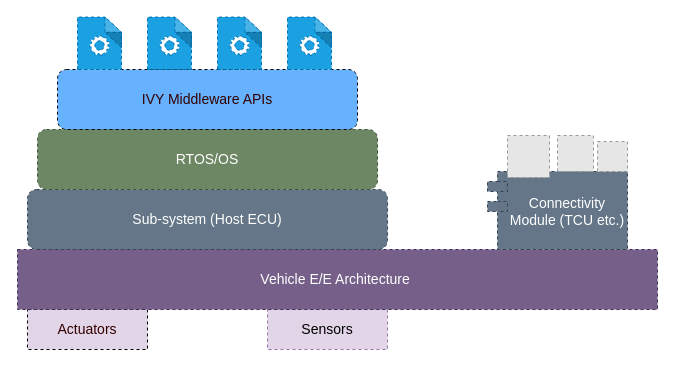
The draw.io diagram page "Page-2" (2 of 2) of src/main/resources/CarIQ_IVY_Uase_Cases.drawio in subhachat/CodeKata, before the edit. Source tidied: cells renumbered, new cells numbered last; positions are measured from the earlier drawing's top-left corner, leaving out a move shared by most shapes. Both pictures are drawn from the tidied source at 100%, with x=0, y=0 at pixel (17, 17). Pictures stored in the file or linked from it are replaced by grey dashed boxes.
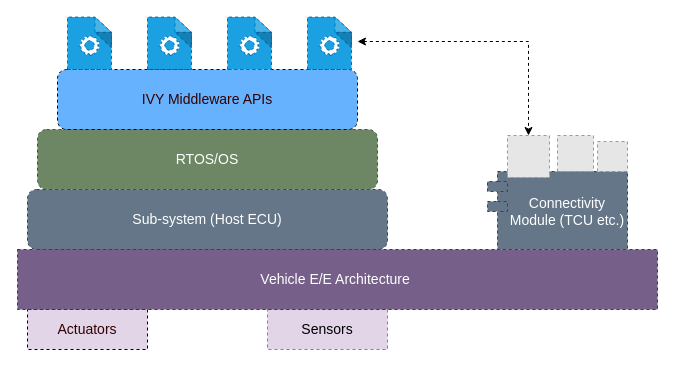
The same page after the edit.

The edit, as a diff of the source:
```diff
@@
 <mxGraphModel>
   <root>
     <mxCell id="0" />
     <mxCell id="1" parent="0" />
     <mxCell id="2" value="Actuators" style="rounded=0;whiteSpace=wrap;html=1;dashed=1;fontSize=14;fontColor=#330000;fillColor=#E1D5E7;" parent="1" vertex="1">
       <mxGeometry x="10" y="292" width="120" height="40" as="geometry" />
     </mxCell>
     <mxCell id="3" value="Sensors" style="rounded=0;whiteSpace=wrap;html=1;dashed=1;fontSize=14;fillColor=#e1d5e7;strokeColor=#9673a6;" parent="1" vertex="1">
       <mxGeometry x="250" y="292" width="120" height="40" as="geometry" />
     </mxCell>
     <mxCell id="4" value="Vehicle E/E Architecture&amp;nbsp;" style="rounded=0;whiteSpace=wrap;html=1;dashed=1;fontSize=14;fontColor=#ffffff;fillColor=#76608a;strokeColor=#432D57;" parent="1" vertex="1">
       <mxGeometry y="232" width="640" height="60" as="geometry" />
     </mxCell>
     <mxCell id="5" value="Sub-system (Host ECU)" style="rounded=1;whiteSpace=wrap;html=1;dashed=1;fontSize=14;fontColor=#ffffff;fillColor=#647687;strokeColor=#314354;" parent="1" vertex="1">
       <mxGeometry x="10" y="172" width="360" height="60" as="geometry" />
     </mxCell>
     <mxCell id="6" value="RTOS/OS" style="rounded=1;whiteSpace=wrap;html=1;dashed=1;fontSize=14;fontColor=#ffffff;fillColor=#6d8764;strokeColor=#3A5431;" parent="1" vertex="1">
       <mxGeometry x="20" y="112" width="340" height="60" as="geometry" />
     </mxCell>
     <mxCell id="7" value="IVY Middleware APIs" style="rounded=1;whiteSpace=wrap;html=1;dashed=1;fontSize=14;fontColor=#330000;fillColor=#66B2FF;" parent="1" vertex="1">
       <mxGeometry x="40" y="52" width="300" height="60" as="geometry" />
     </mxCell>
     <mxCell id="8" style="sketch=0;html=1;strokeColor=#006EAF;shadow=0;align=center;verticalAlign=top;fillColor=#1ba1e2;shape=mxgraph.gcp2.process;dashed=1;fontSize=14;fontColor=#ffffff;" parent="1" vertex="1">
-      <mxGeometry x="60" y="-0.4" width="44" height="52.4" as="geometry" />
+      <mxGeometry x="50" y="-0.4" width="44" height="52.4" as="geometry" />
     </mxCell>
     <mxCell id="9" style="sketch=0;html=1;strokeColor=#006EAF;shadow=0;align=center;verticalAlign=top;fillColor=#1ba1e2;shape=mxgraph.gcp2.process;dashed=1;fontSize=14;fontColor=#ffffff;" parent="1" vertex="1">
       <mxGeometry x="130" y="-0.4" width="44" height="52.4" as="geometry" />
     </mxCell>
     <mxCell id="10" style="sketch=0;html=1;strokeColor=#006EAF;shadow=0;align=center;verticalAlign=top;fillColor=#1ba1e2;shape=mxgraph.gcp2.process;dashed=1;fontSize=14;fontColor=#ffffff;" parent="1" vertex="1">
-      <mxGeometry x="270" y="-0.4" width="44" height="52.4" as="geometry" />
+      <mxGeometry x="290" y="-0.4" width="44" height="52.4" as="geometry" />
     </mxCell>
     <mxCell id="11" style="sketch=0;html=1;strokeColor=#006EAF;shadow=0;align=center;verticalAlign=top;fillColor=#1ba1e2;shape=mxgraph.gcp2.process;dashed=1;fontSize=14;fontColor=#ffffff;" parent="1" vertex="1">
-      <mxGeometry x="200" y="-0.4" width="44" height="52.4" as="geometry" />
+      <mxGeometry x="210" y="-0.4" width="44" height="52.4" as="geometry" />
     </mxCell>
     <mxCell id="12" value="Connectivity &#10;Module (TCU etc.)" style="shape=module;align=left;spacingLeft=20;align=center;verticalAlign=middle;dashed=1;fontSize=14;fontColor=#ffffff;fillColor=#647687;strokeColor=#314354;" parent="1" vertex="1">
       <mxGeometry x="470" y="154" width="140" height="78" as="geometry" />
     </mxCell>
     <mxCell id="13" style="fillColor=#E6E6E6;strokeColor=#999999;dashed=1;html=1;verticalAlign=top;verticalLabelPosition=bottom;labelBackgroundColor=#ffffff;fontSize=14;fontColor=#330000;" parent="1" vertex="1">
       <mxGeometry x="580" y="124" width="30" height="30" as="geometry" />
     </mxCell>
     <mxCell id="14" style="fillColor=#E6E6E6;strokeColor=#999999;dashed=1;html=1;verticalAlign=top;verticalLabelPosition=bottom;labelBackgroundColor=#ffffff;fontSize=14;fontColor=#330000;" parent="1" vertex="1">
       <mxGeometry x="540" y="118" width="36" height="36" as="geometry" />
     </mxCell>
     <mxCell id="15" style="fillColor=#E6E6E6;strokeColor=#999999;dashed=1;html=1;verticalAlign=top;verticalLabelPosition=bottom;labelBackgroundColor=#ffffff;fontSize=14;fontColor=#330000;" parent="1" vertex="1">
       <mxGeometry x="490" y="118" width="42" height="42" as="geometry" />
     </mxCell>
+    <mxCell id="16" style="edgeStyle=elbowEdgeStyle;elbow=vertical;endArrow=classic;html=1;rounded=0;fontSize=14;fontColor=#330000;dashed=1;startArrow=classic;startFill=1;" parent="1" edge="1" target="15">
+      <mxGeometry relative="1" as="geometry">
+        <mxPoint x="340" y="24" as="sourcePoint" />
+        <Array as="points">
+          <mxPoint x="440" y="24" />
+        </Array>
+      </mxGeometry>
+    </mxCell>
   </root>
 </mxGraphModel>
```
